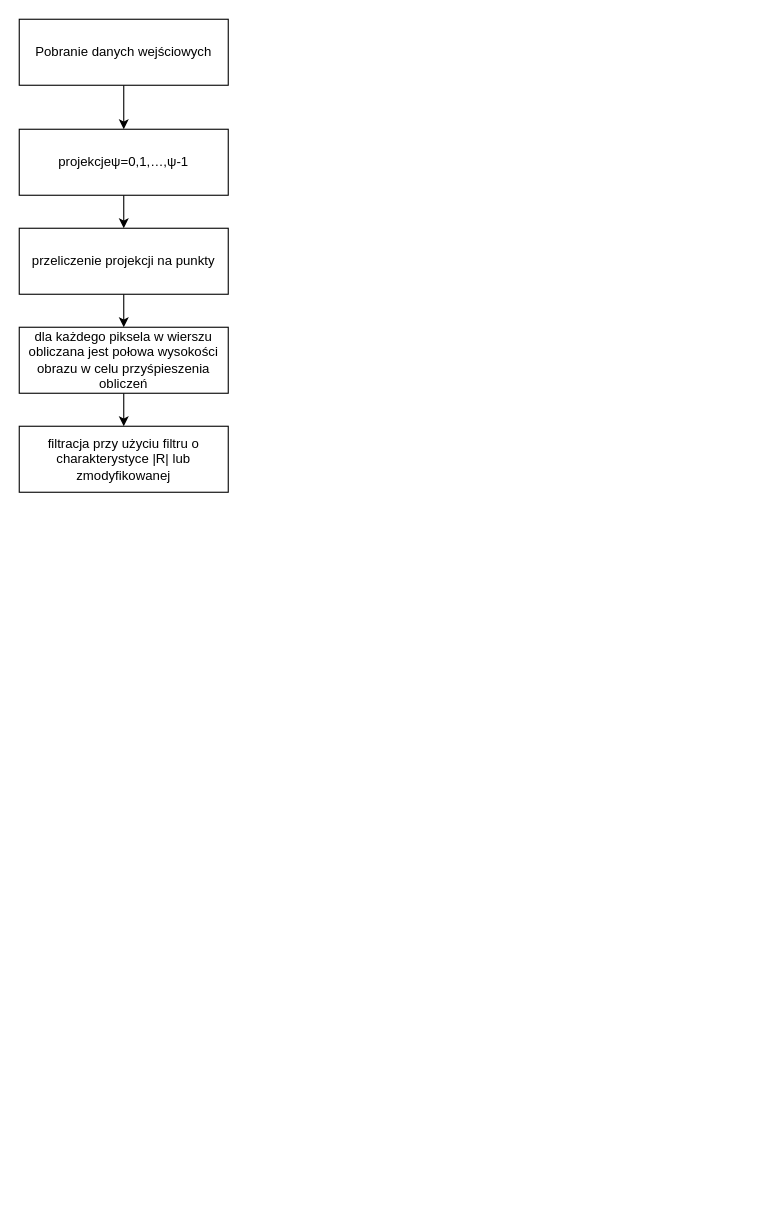
Before: Untitled Diagram.drawio in effype/img-reconstruction, a draw.io diagram. Source tidied: cells renumbered, new cells numbered last; positions are measured from the earlier drawing's top-left corner, leaving out a move shared by most shapes. Both pictures are drawn from the tidied source at 110%, with x=0, y=0 at pixel (19, 19).
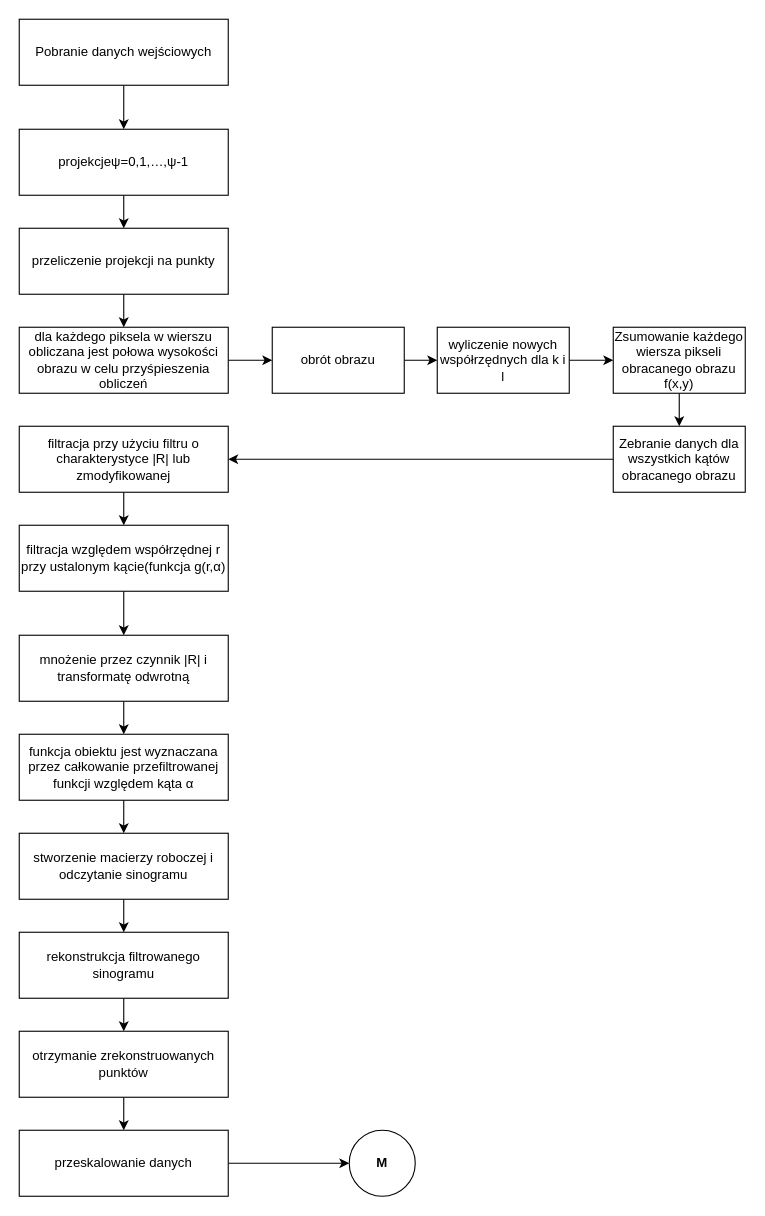
After the change.

The change refers to these unchanged cells:
```xml
<mxCell id="9" value="dla każdego piksela w wierszu obliczana jest połowa wysokości obrazu w celu przyśpieszenia obliczeń" style="rounded=0;whiteSpace=wrap;html=1;" parent="1" vertex="1">
  <mxGeometry y="280" width="190" height="60" as="geometry" />
</mxCell>
<mxCell id="10" value="filtracja przy użyciu filtru o charakterystyce |R| lub zmodyfikowanej" style="rounded=0;whiteSpace=wrap;html=1;" parent="1" vertex="1">
  <mxGeometry y="370" width="190" height="60" as="geometry" />
</mxCell>
```

What changed in the source:
```diff
@@
-<mxGraphModel>
+<mxGraphModel background="#ffffff">
@@
-    <mxCell id="8" style="edgeStyle=orthogonalEdgeStyle;rounded=0;jettySize=auto;html=1;" parent="1" edge="1" source="9" target="10">
-      <mxGeometry relative="1" as="geometry" />
-    </mxCell>
+    <mxCell id="11" style="edgeStyle=orthogonalEdgeStyle;rounded=0;jettySize=auto;html=1;" parent="1" edge="1" source="9" target="29">
+      <mxGeometry relative="1" as="geometry" />
+    </mxCell>
@@
+    <mxCell id="12" style="edgeStyle=orthogonalEdgeStyle;rounded=0;jettySize=auto;html=1;" parent="1" edge="1" source="10" target="14">
+      <mxGeometry relative="1" as="geometry" />
+    </mxCell>
@@
+    <mxCell id="13" style="edgeStyle=orthogonalEdgeStyle;rounded=0;jettySize=auto;html=1;" parent="1" edge="1" source="14" target="16">
+      <mxGeometry relative="1" as="geometry" />
+    </mxCell>
+    <mxCell id="14" value="filtracja względem współrzędnej r przy ustalonym kącie(funkcja g(r,α)" style="rounded=0;whiteSpace=wrap;html=1;" parent="1" vertex="1">
+      <mxGeometry y="460" width="190" height="60" as="geometry" />
+    </mxCell>
+    <mxCell id="15" style="edgeStyle=orthogonalEdgeStyle;rounded=0;jettySize=auto;html=1;" parent="1" edge="1" source="16" target="18">
+      <mxGeometry relative="1" as="geometry" />
+    </mxCell>
+    <mxCell id="16" value="mnożenie przez czynnik |R| i transformatę odwrotną" style="rounded=0;whiteSpace=wrap;html=1;" parent="1" vertex="1">
+      <mxGeometry y="560" width="190" height="60" as="geometry" />
+    </mxCell>
+    <mxCell id="17" style="edgeStyle=orthogonalEdgeStyle;rounded=0;jettySize=auto;html=1;" parent="1" edge="1" source="18" target="20">
+      <mxGeometry relative="1" as="geometry" />
+    </mxCell>
+    <mxCell id="18" value="funkcja obiektu jest wyznaczana przez całkowanie przefiltrowanej funkcji względem kąta α" style="rounded=0;whiteSpace=wrap;html=1;" parent="1" vertex="1">
+      <mxGeometry y="650" width="190" height="60" as="geometry" />
+    </mxCell>
+    <mxCell id="19" style="edgeStyle=orthogonalEdgeStyle;rounded=0;jettySize=auto;html=1;" parent="1" edge="1" source="20" target="22">
+      <mxGeometry relative="1" as="geometry" />
+    </mxCell>
+    <mxCell id="20" value="stworzenie macierzy roboczej i odczytanie sinogramu" style="rounded=0;whiteSpace=wrap;html=1;" parent="1" vertex="1">
+      <mxGeometry y="740" width="190" height="60" as="geometry" />
+    </mxCell>
+    <mxCell id="21" style="edgeStyle=orthogonalEdgeStyle;rounded=0;jettySize=auto;html=1;" parent="1" edge="1" source="22" target="24">
+      <mxGeometry relative="1" as="geometry" />
+    </mxCell>
+    <mxCell id="22" value="rekonstrukcja filtrowanego sinogramu" style="rounded=0;whiteSpace=wrap;html=1;" parent="1" vertex="1">
+      <mxGeometry y="830" width="190" height="60" as="geometry" />
+    </mxCell>
+    <mxCell id="23" style="edgeStyle=orthogonalEdgeStyle;rounded=0;jettySize=auto;html=1;" parent="1" edge="1" source="24" target="26">
+      <mxGeometry relative="1" as="geometry" />
+    </mxCell>
+    <mxCell id="24" value="otrzymanie zrekonstruowanych punktów" style="rounded=0;whiteSpace=wrap;html=1;" parent="1" vertex="1">
+      <mxGeometry y="920" width="190" height="60" as="geometry" />
+    </mxCell>
+    <mxCell id="25" style="edgeStyle=orthogonalEdgeStyle;rounded=0;jettySize=auto;html=1;" parent="1" edge="1" source="26" target="27">
+      <mxGeometry relative="1" as="geometry" />
+    </mxCell>
+    <mxCell id="26" value="przeskalowanie danych" style="rounded=0;whiteSpace=wrap;html=1;" parent="1" vertex="1">
+      <mxGeometry y="1010" width="190" height="60" as="geometry" />
+    </mxCell>
+    <mxCell id="27" value="&lt;b&gt;M&lt;/b&gt;" style="ellipse;whiteSpace=wrap;html=1;" parent="1" vertex="1">
+      <mxGeometry x="300" y="1010" width="60" height="60" as="geometry" />
+    </mxCell>
+    <mxCell id="28" style="edgeStyle=orthogonalEdgeStyle;rounded=0;jettySize=auto;html=1;" parent="1" edge="1" source="29" target="31">
+      <mxGeometry relative="1" as="geometry" />
+    </mxCell>
+    <mxCell id="29" value="obrót obrazu" style="rounded=0;whiteSpace=wrap;html=1;" parent="1" vertex="1">
+      <mxGeometry x="230" y="280" width="120" height="60" as="geometry" />
+    </mxCell>
+    <mxCell id="30" style="edgeStyle=orthogonalEdgeStyle;rounded=0;jettySize=auto;html=1;" parent="1" edge="1" source="31" target="33">
+      <mxGeometry relative="1" as="geometry" />
+    </mxCell>
+    <mxCell id="31" value="wyliczenie nowych współrzędnych dla k i l" style="rounded=0;whiteSpace=wrap;html=1;" parent="1" vertex="1">
+      <mxGeometry x="380" y="280" width="120" height="60" as="geometry" />
+    </mxCell>
+    <mxCell id="32" style="edgeStyle=orthogonalEdgeStyle;rounded=0;jettySize=auto;html=1;" parent="1" edge="1" source="33" target="35">
+      <mxGeometry relative="1" as="geometry" />
+    </mxCell>
+    <mxCell id="33" value="&lt;div&gt;Zsumowanie każdego wiersza pikseli obracanego obrazu f(x,y)&lt;br&gt;&lt;/div&gt;" style="rounded=0;whiteSpace=wrap;html=1;" parent="1" vertex="1">
+      <mxGeometry x="540" y="280" width="120" height="60" as="geometry" />
+    </mxCell>
+    <mxCell id="34" style="edgeStyle=orthogonalEdgeStyle;rounded=0;jettySize=auto;html=1;" parent="1" edge="1" source="35" target="10">
+      <mxGeometry relative="1" as="geometry" />
+    </mxCell>
+    <mxCell id="35" value="Zebranie danych dla wszystkich kątów obracanego obrazu" style="rounded=0;whiteSpace=wrap;html=1;" parent="1" vertex="1">
+      <mxGeometry x="540" y="370" width="120" height="60" as="geometry" />
+    </mxCell>
```
